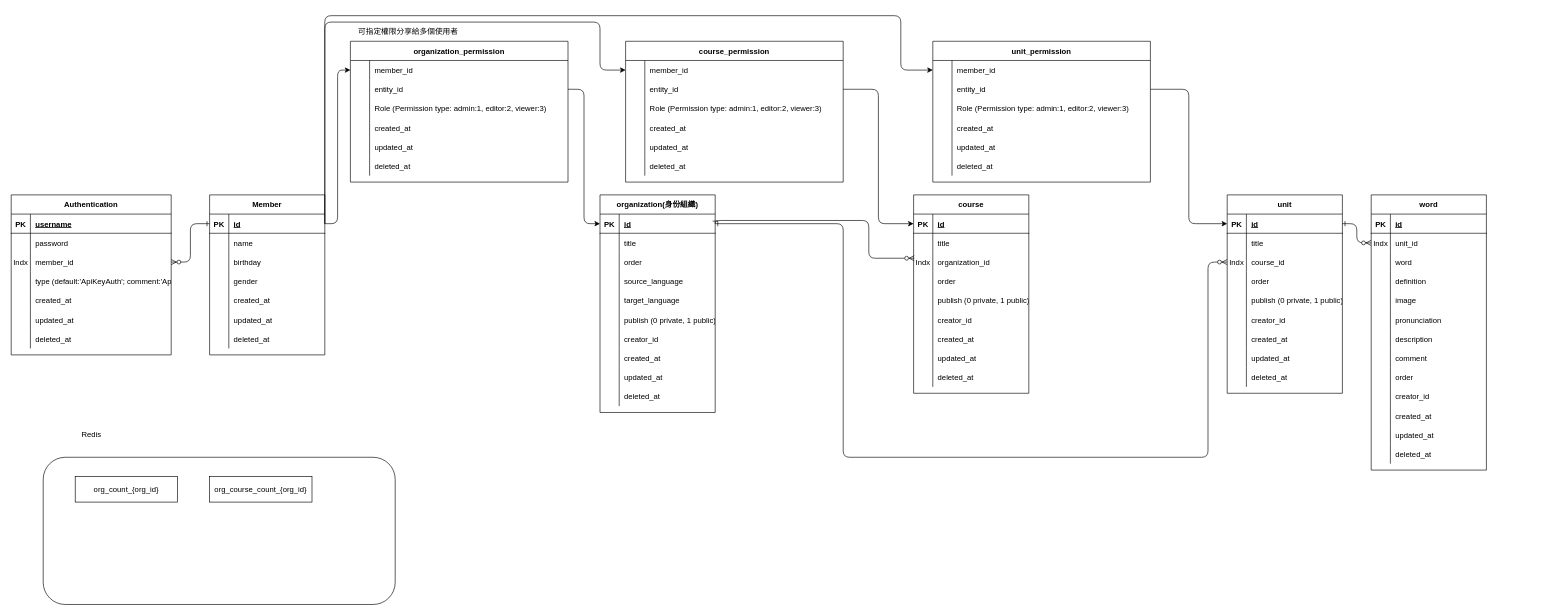
This is ERD.drawio from adon988/go_api_example, a draw.io file, before an edit. Source tidied: cells renumbered, new cells numbered last; positions are measured from the earlier drawing's top-left corner, leaving out a move shared by most shapes. Both pictures are drawn from the tidied source at 64%, with x=0, y=0 at pixel (11, 15).
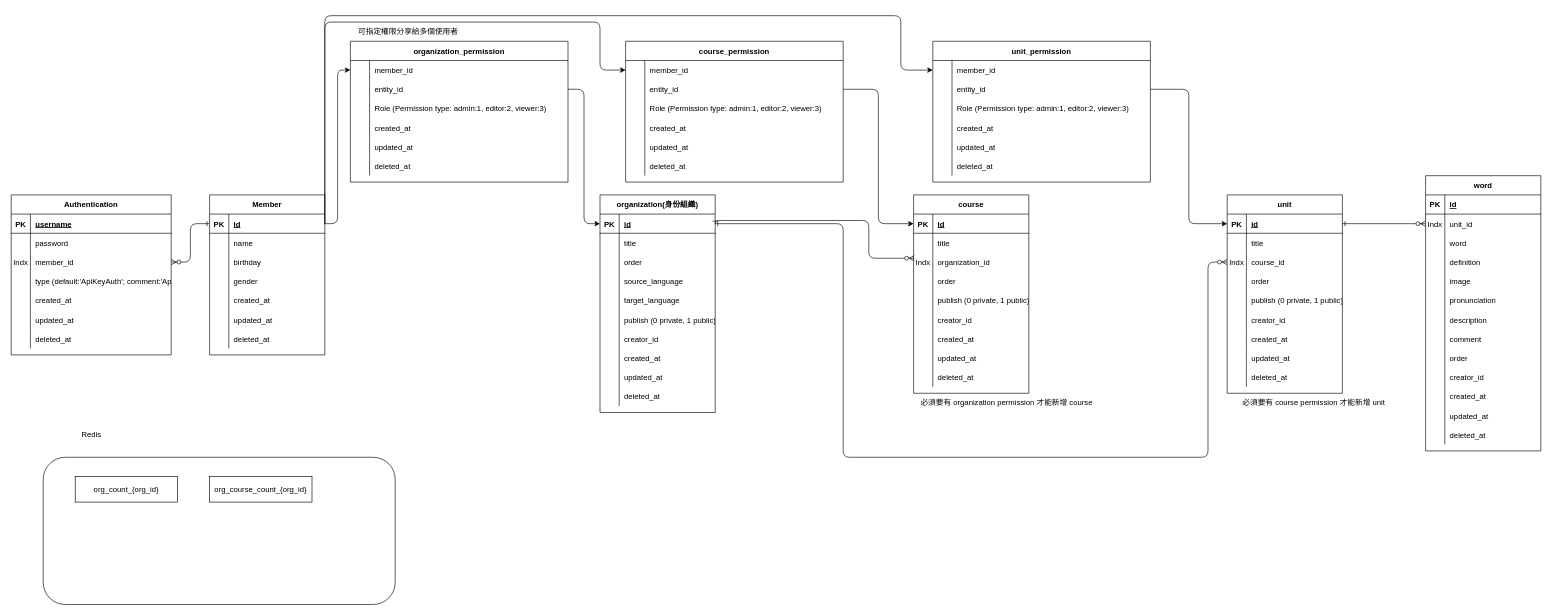
The same page after the edit.

Commit message (it also covers changes not shown here):
refact: ajust is member with editor permission on entity

The edit, as a diff of the source:
```diff
@@
     <mxCell id="136" value="word" style="shape=table;startSize=30;childLayout=tableLayout;rowLines=0;fontStyle=1;align=center;" parent="1" vertex="1">
-      <mxGeometry x="2125" y="280" width="180" height="430" as="geometry" />
+      <mxGeometry x="2210" y="250" width="180" height="430" as="geometry" />
     </mxCell>
@@
+    <mxCell id="245" value="必須要有 organization permission 才能新增 course" style="text;html=1;align=center;verticalAlign=middle;strokeColor=none;fillColor=none;" parent="1" vertex="1">
+      <mxGeometry x="1410" y="590" width="290" height="30" as="geometry" />
+    </mxCell>
+    <mxCell id="246" value="必須要有 course permission 才能新增 unit" style="text;html=1;align=center;verticalAlign=middle;strokeColor=none;fillColor=none;" parent="1" vertex="1">
+      <mxGeometry x="1910" y="590" width="250" height="30" as="geometry" />
+    </mxCell>
```
